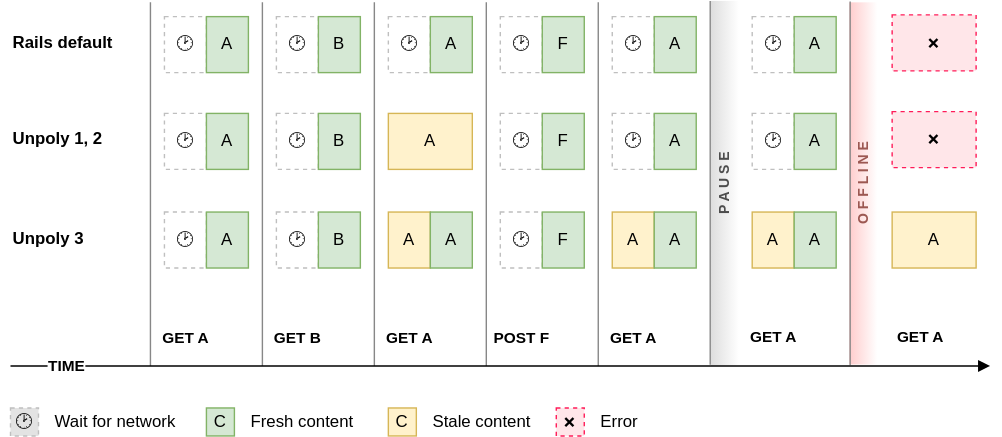
The draw.io diagram images/cache.svg in unpoly/unpoly3-slides, before a commit. Source tidied: cells renumbered, new cells last; positions are measured from the earlier drawing's top-left corner, leaving out a move shared by most shapes.
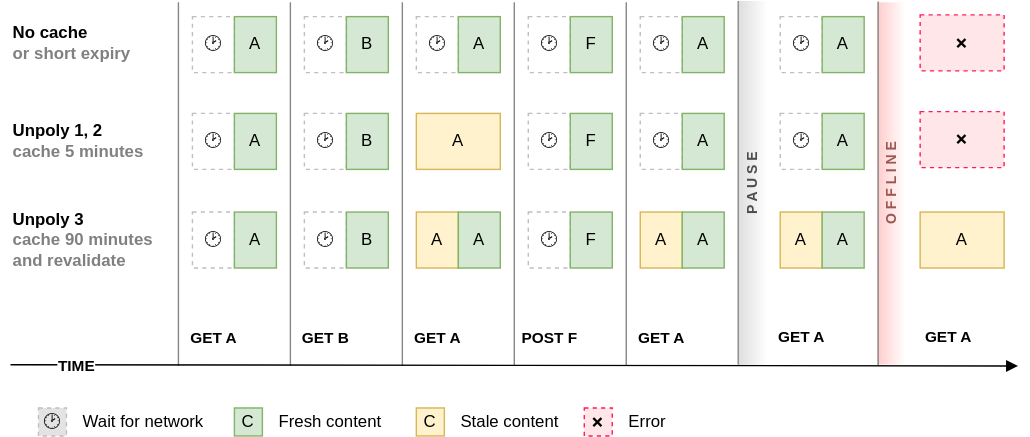
Later version of the same file.

The edit, as a diff of the source:
```diff
@@ -56,14 +56,14 @@
     <mxCell id="19" value="A" style="rounded=0;whiteSpace=wrap;html=1;fillColor=#d5e8d4;strokeColor=#82b366;" parent="1" vertex="1">
       <mxGeometry x="300" y="150.9" width="30" height="40" as="geometry" />
     </mxCell>
-    <mxCell id="20" value="Unpoly 1, 2" style="text;html=1;strokeColor=none;fillColor=none;align=left;verticalAlign=middle;whiteSpace=wrap;rounded=0;fontStyle=1;" parent="1" vertex="1">
-      <mxGeometry y="84.2" width="100" height="30" as="geometry" />
+    <mxCell id="20" value="Unpoly 1, 2&lt;br&gt;&lt;font color=&quot;#808080&quot;&gt;cache 5 minutes&lt;/font&gt;" style="text;html=1;strokeColor=none;fillColor=none;align=left;verticalAlign=middle;whiteSpace=wrap;rounded=0;fontStyle=1;" parent="1" vertex="1">
+      <mxGeometry x="-20" y="85.4" width="120" height="30" as="geometry" />
     </mxCell>
-    <mxCell id="21" value="Rails default" style="text;html=1;strokeColor=none;fillColor=none;align=left;verticalAlign=middle;whiteSpace=wrap;rounded=0;fontStyle=1;" parent="1" vertex="1">
-      <mxGeometry y="15" width="90" height="30" as="geometry" />
+    <mxCell id="21" value="No cache&lt;br&gt;&lt;font color=&quot;#808080&quot;&gt;or&amp;nbsp;short expiry&lt;/font&gt;" style="text;html=1;strokeColor=none;fillColor=none;align=left;verticalAlign=middle;whiteSpace=wrap;rounded=0;fontStyle=1;" parent="1" vertex="1">
+      <mxGeometry x="-20" y="14.7" width="120" height="30.6" as="geometry" />
     </mxCell>
-    <mxCell id="22" value="Unpoly 3" style="text;html=1;strokeColor=none;fillColor=none;align=left;verticalAlign=middle;whiteSpace=wrap;rounded=0;fontStyle=1;" parent="1" vertex="1">
-      <mxGeometry y="154.6" width="90" height="30" as="geometry" />
+    <mxCell id="22" value="Unpoly 3&lt;br&gt;&lt;font color=&quot;#808080&quot;&gt;cache 90 minutes&lt;br&gt;and revalidate&lt;/font&gt;" style="text;html=1;strokeColor=none;fillColor=none;align=left;verticalAlign=middle;whiteSpace=wrap;rounded=0;fontStyle=1;" parent="1" vertex="1">
+      <mxGeometry x="-20" y="153.4" width="120" height="35" as="geometry" />
     </mxCell>
     <mxCell id="23" value="🕑" style="rounded=0;whiteSpace=wrap;html=1;fillColor=none;strokeColor=#BFBFBF;dashed=1;" parent="1" vertex="1">
       <mxGeometry x="430" y="80.4" width="30" height="40" as="geometry" />
@@ -234,7 +234,7 @@
     </mxCell>
     <mxCell id="67" style="endArrow=block;html=1;rounded=0;endFill=1;" parent="1" edge="1">
       <mxGeometry relative="1" as="geometry">
-        <mxPoint y="260.9" as="sourcePoint" />
+        <mxPoint x="-20" y="260" as="sourcePoint" />
         <mxPoint x="700" y="260.9" as="targetPoint" />
       </mxGeometry>
     </mxCell>
```
